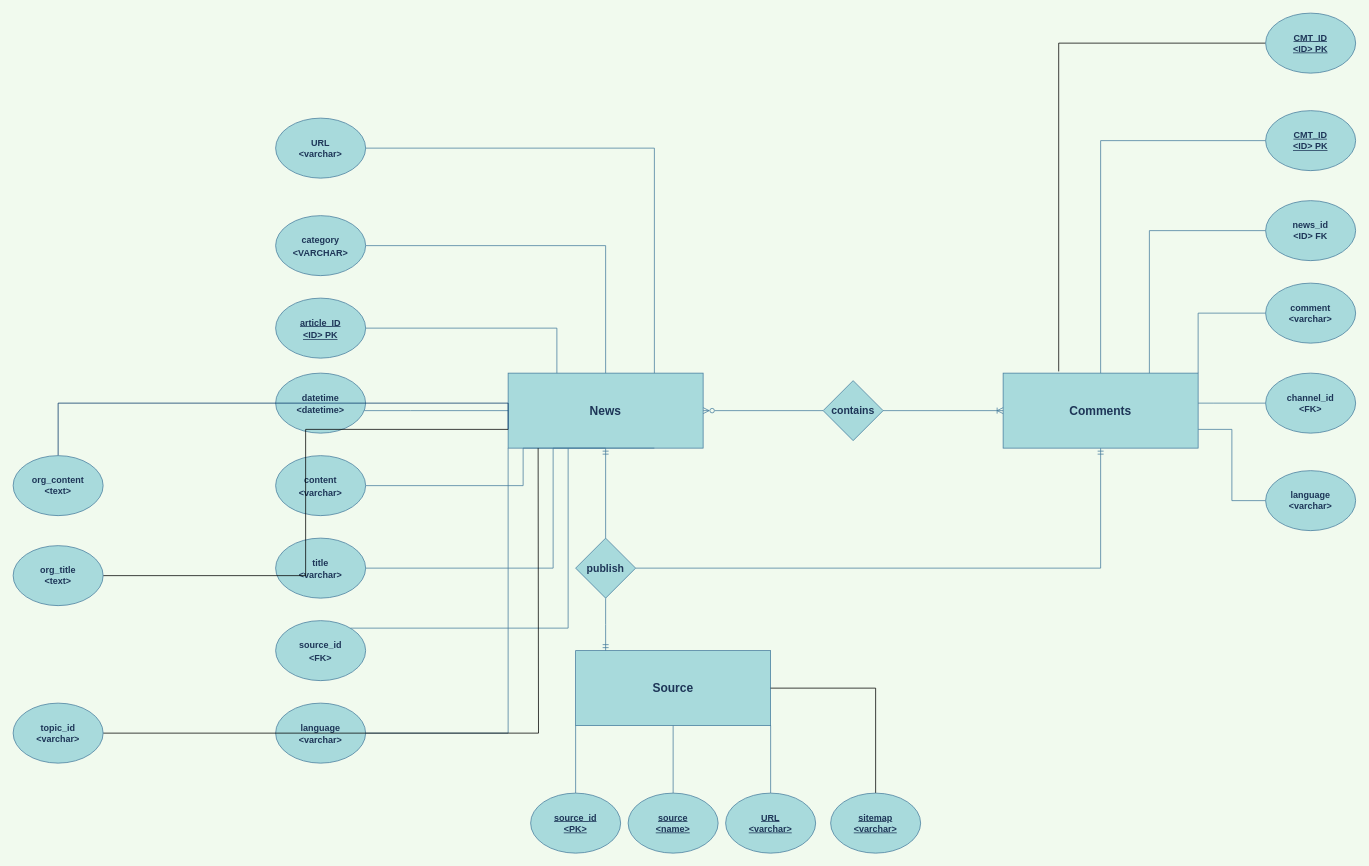
The draw.io diagram news_dataset.drawio in xiaochen93/xiaochen93, before the edit. Source tidied: cells renumbered, new cells numbered last; positions are measured from the earlier drawing's top-left corner, leaving out a move shared by most shapes. Both pictures are drawn from the tidied source at 75%, with x=0, y=0 at pixel (13, 13).
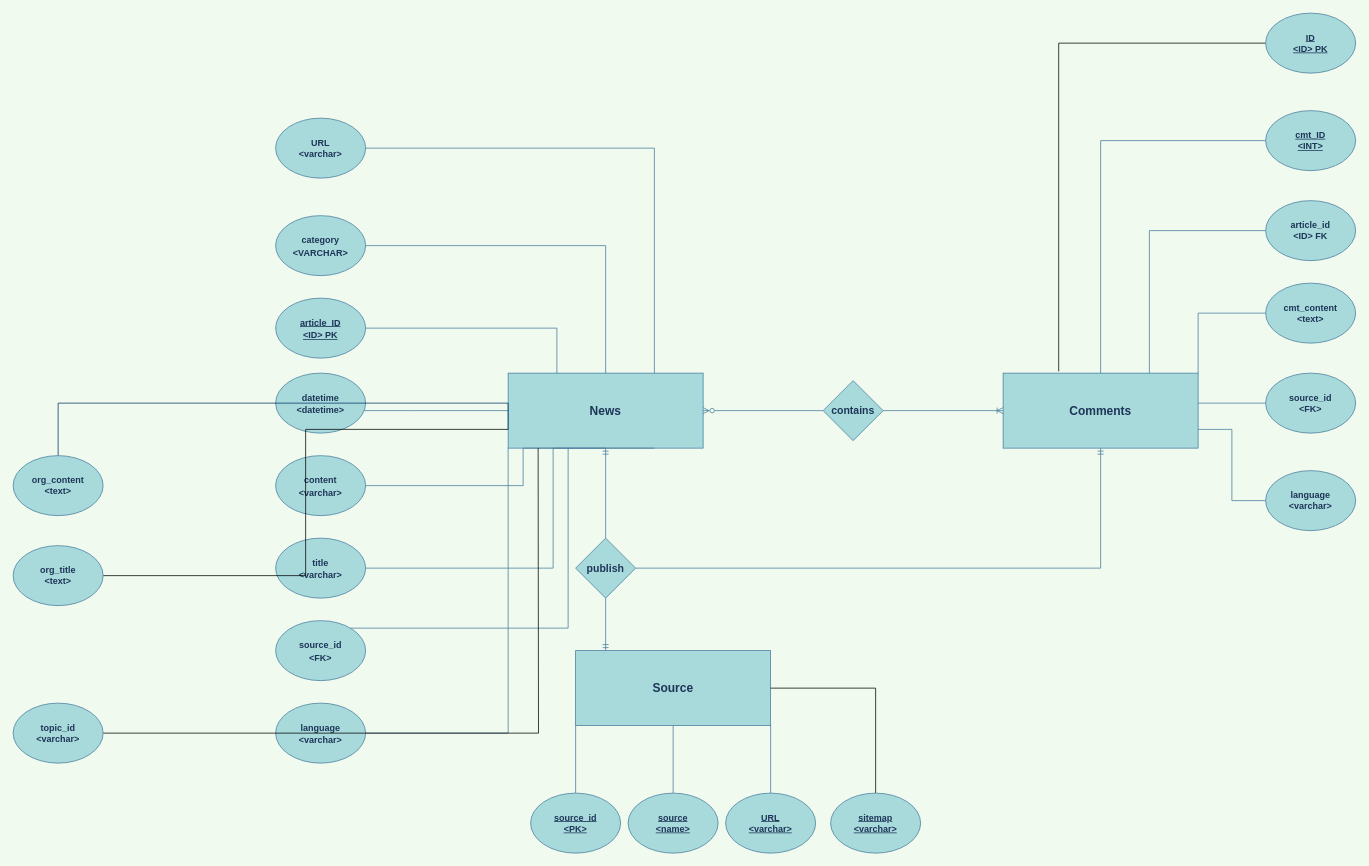
Above is the later version.

Change to the diagram source:
```diff
@@
-    <mxCell id="24" value="CMT_ID&lt;br&gt;&amp;lt;ID&amp;gt; PK" style="ellipse;whiteSpace=wrap;html=1;fontStyle=5;fontColor=#1D3557;fillColor=#A8DADC;strokeColor=#457B9D;" parent="1" vertex="1">
+    <mxCell id="24" value="cmt_ID&lt;br&gt;&amp;lt;INT&amp;gt;" style="ellipse;whiteSpace=wrap;html=1;fontStyle=5;fontColor=#1D3557;fillColor=#A8DADC;strokeColor=#457B9D;" parent="1" vertex="1">
       <mxGeometry x="1670" y="130" width="120" height="80" as="geometry" />
     </mxCell>
@@
-    <mxCell id="26" value="news_id&lt;br&gt;&amp;lt;ID&amp;gt; FK" style="ellipse;whiteSpace=wrap;html=1;fontStyle=1;fillColor=#A8DADC;strokeColor=#457B9D;fontColor=#1D3557;" parent="1" vertex="1">
+    <mxCell id="26" value="article_id&lt;br&gt;&amp;lt;ID&amp;gt; FK" style="ellipse;whiteSpace=wrap;html=1;fontStyle=1;fillColor=#A8DADC;strokeColor=#457B9D;fontColor=#1D3557;" parent="1" vertex="1">
       <mxGeometry x="1670" y="250" width="120" height="80" as="geometry" />
     </mxCell>
@@
-    <mxCell id="28" value="comment&lt;br&gt;&amp;lt;varchar&amp;gt;" style="ellipse;whiteSpace=wrap;html=1;fontStyle=1;fillColor=#A8DADC;strokeColor=#457B9D;fontColor=#1D3557;" parent="1" vertex="1">
+    <mxCell id="28" value="cmt_content&lt;br&gt;&amp;lt;text&amp;gt;" style="ellipse;whiteSpace=wrap;html=1;fontStyle=1;fillColor=#A8DADC;strokeColor=#457B9D;fontColor=#1D3557;" parent="1" vertex="1">
       <mxGeometry x="1670" y="360" width="120" height="80" as="geometry" />
     </mxCell>
@@
-    <mxCell id="31" value="channel_id&lt;br&gt;&amp;lt;FK&amp;gt;" style="ellipse;whiteSpace=wrap;html=1;fontStyle=1;fillColor=#A8DADC;strokeColor=#457B9D;fontColor=#1D3557;" parent="1" vertex="1">
+    <mxCell id="31" value="source_id&lt;br&gt;&amp;lt;FK&amp;gt;" style="ellipse;whiteSpace=wrap;html=1;fontStyle=1;fillColor=#A8DADC;strokeColor=#457B9D;fontColor=#1D3557;" parent="1" vertex="1">
       <mxGeometry x="1670" y="480" width="120" height="80" as="geometry" />
     </mxCell>
@@
-    <mxCell id="51" value="CMT_ID&lt;br&gt;&amp;lt;ID&amp;gt; PK" style="ellipse;whiteSpace=wrap;html=1;fontStyle=5;fontColor=#1D3557;fillColor=#A8DADC;strokeColor=#457B9D;" parent="1" vertex="1">
+    <mxCell id="51" value="ID&lt;br&gt;&amp;lt;ID&amp;gt; PK" style="ellipse;whiteSpace=wrap;html=1;fontStyle=5;fontColor=#1D3557;fillColor=#A8DADC;strokeColor=#457B9D;" parent="1" vertex="1">
       <mxGeometry x="1670" width="120" height="80" as="geometry" />
     </mxCell>
```
